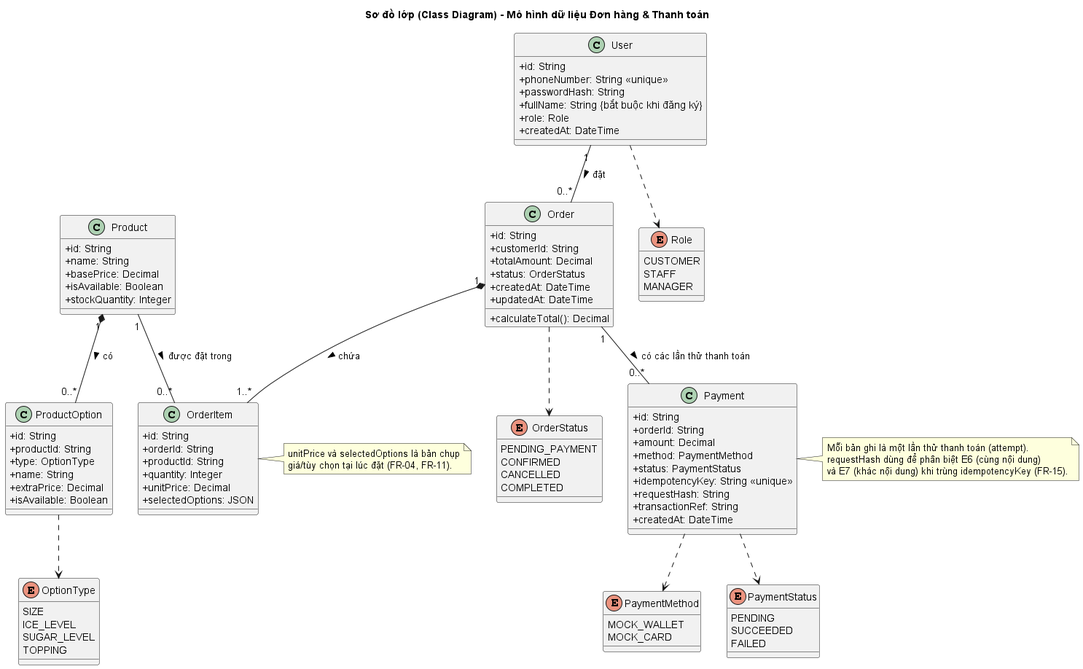
nguyenmintam23-z/BrewLite keeps this PlantUML diagram as docs/diagrams/exports/Class_Diagram_Model.png. Above is the earlier version.
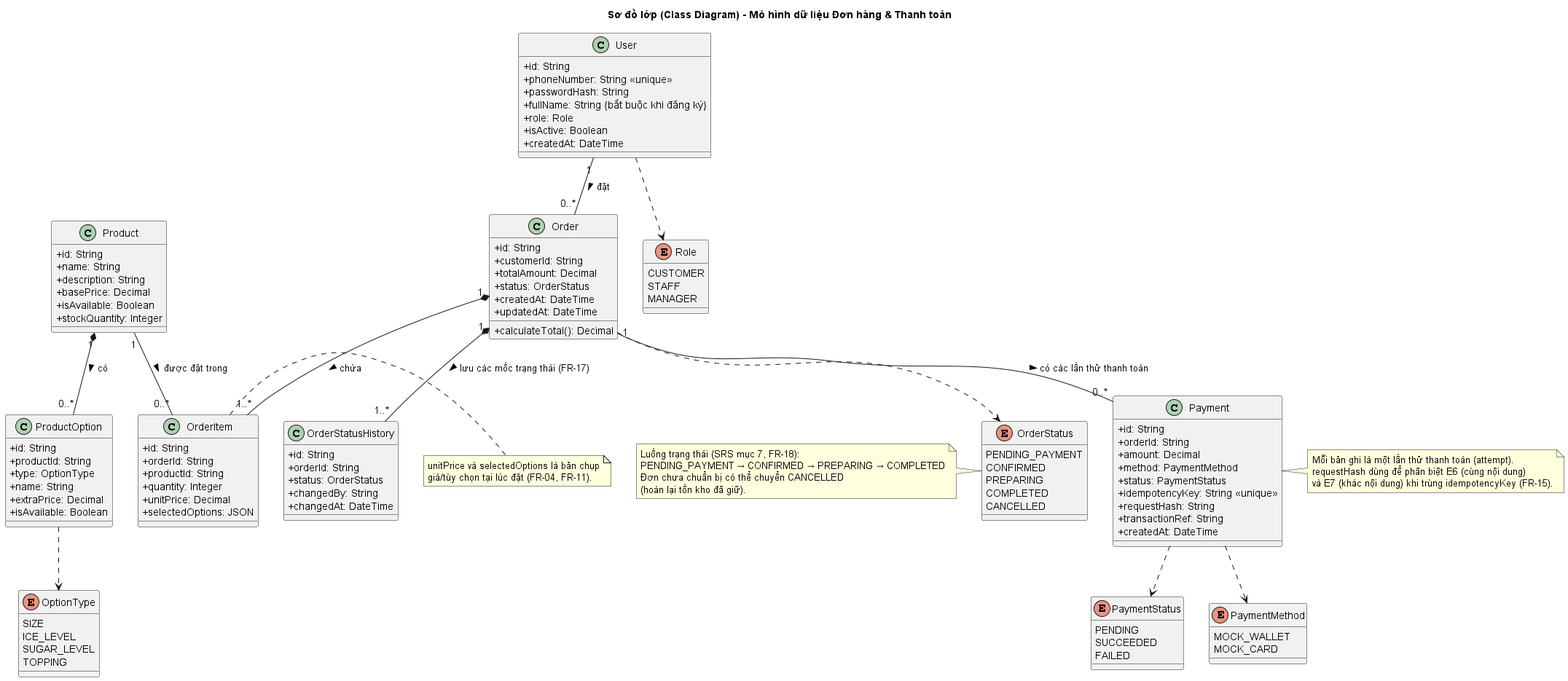
After the change.

What changed in the source:
```diff
@@ -13,8 +13,9 @@
 enum OrderStatus {
   PENDING_PAYMENT
   CONFIRMED
+  PREPARING
+  COMPLETED
   CANCELLED
-  COMPLETED
 }
 
 enum PaymentStatus {
@@ -41,12 +42,14 @@
   +passwordHash: String
   +fullName: String {bắt buộc khi đăng ký}
   +role: Role
+  +isActive: Boolean
   +createdAt: DateTime
 }
 
 class Product {
   +id: String
   +name: String
+  +description: String
   +basePrice: Decimal
   +isAvailable: Boolean
   +stockQuantity: Integer
@@ -80,6 +83,14 @@
   +selectedOptions: JSON
 }
 
+class OrderStatusHistory {
+  +id: String
+  +orderId: String
+  +status: OrderStatus
+  +changedBy: String
+  +changedAt: DateTime
+}
+
 class Payment {
   +id: String
   +orderId: String
@@ -97,6 +108,13 @@
   giá/tùy chọn tại lúc đặt (FR-04, FR-11).
 end note
 
+note left of OrderStatus
+  Luồng trạng thái (SRS mục 7, FR-18):
+  PENDING_PAYMENT → CONFIRMED → PREPARING → COMPLETED
+  Đơn chưa chuẩn bị có thể chuyển CANCELLED
+  (hoàn lại tồn kho đã giữ).
+end note
+
 note right of Payment
   Mỗi bản ghi là một lần thử thanh toán (attempt).
   requestHash dùng để phân biệt E6 (cùng nội dung)
@@ -108,6 +126,7 @@
 Product "1" -- "0..*" OrderItem : được đặt trong >
 Product "1" *-- "0..*" ProductOption : có >
 Order "1" -- "0..*" Payment : có các lần thử thanh toán >
+Order "1" *-- "1..*" OrderStatusHistory : lưu các mốc trạng thái (FR-17) >
 User ..> Role
 Order ..> OrderStatus
 Payment ..> PaymentStatus
```
